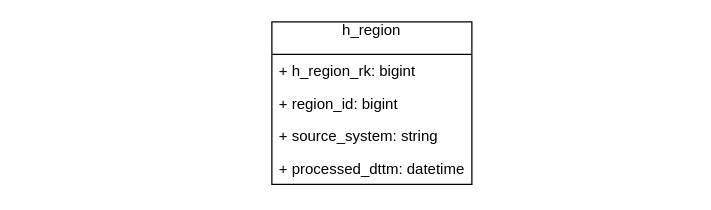
This is DZ1/Untitled Diagram.drawio from DMfananddu/DWH, a draw.io file, before an edit. Source tidied: cells renumbered, new cells numbered last; positions are measured from the earlier drawing's top-left corner, leaving out a move shared by most shapes. Both pictures are drawn from the tidied source at 125%, with x=0, y=0 at pixel (271, 21).
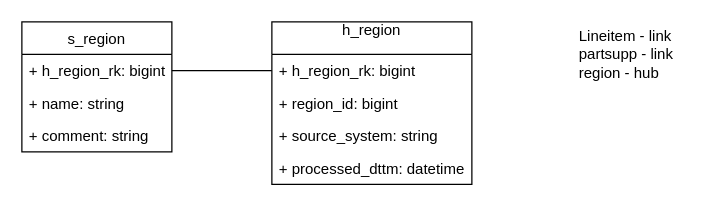
Above is the later version.

Diff of the diagram source:
```diff
@@
 <mxGraphModel>
   <root>
     <mxCell id="0" />
     <mxCell id="1" parent="0" />
     <mxCell id="2" value="h_region&#10;" style="swimlane;fontStyle=0;horizontal=1;startSize=26;fillColor=none;align=center;verticalAlign=middle;" parent="1" vertex="1">
       <mxGeometry width="160" height="130" as="geometry" />
     </mxCell>
     <mxCell id="3" value="+ h_region_rk: bigint" style="text;strokeColor=none;fillColor=none;align=left;verticalAlign=top;spacingLeft=4;spacingRight=4;overflow=hidden;points=[[0,0.5],[1,0.5]];portConstraint=eastwest;" parent="2" vertex="1">
       <mxGeometry y="26" width="160" height="26" as="geometry" />
     </mxCell>
     <mxCell id="4" value="+ region_id: bigint" style="text;strokeColor=none;fillColor=none;align=left;verticalAlign=top;spacingLeft=4;spacingRight=4;overflow=hidden;" parent="2" vertex="1">
       <mxGeometry y="52" width="160" height="26" as="geometry" />
     </mxCell>
     <mxCell id="5" value="+ source_system: string" style="text;strokeColor=none;fillColor=none;align=left;verticalAlign=top;spacingLeft=4;spacingRight=4;overflow=hidden;" parent="2" vertex="1">
       <mxGeometry y="78" width="160" height="26" as="geometry" />
     </mxCell>
     <mxCell id="6" value="+ processed_dttm: datetime" style="text;strokeColor=none;fillColor=none;align=left;verticalAlign=top;spacingLeft=4;spacingRight=4;overflow=hidden;" parent="2" vertex="1">
       <mxGeometry y="104" width="160" height="26" as="geometry" />
     </mxCell>
+    <mxCell id="7" value="s_region" style="swimlane;fontStyle=0;horizontal=1;startSize=26;fillColor=none;" parent="1" vertex="1">
+      <mxGeometry x="-200" width="120" height="104" as="geometry" />
+    </mxCell>
+    <mxCell id="8" value="+ h_region_rk: bigint" style="text;strokeColor=none;fillColor=none;align=left;verticalAlign=top;spacingLeft=4;spacingRight=4;overflow=hidden;points=[[0,0.5],[1,0.5]];portConstraint=eastwest;" parent="7" vertex="1">
+      <mxGeometry y="26" width="120" height="26" as="geometry" />
+    </mxCell>
+    <mxCell id="9" value="+ name: string" style="text;strokeColor=none;fillColor=none;align=left;verticalAlign=top;spacingLeft=4;spacingRight=4;overflow=hidden;" parent="7" vertex="1">
+      <mxGeometry y="52" width="120" height="26" as="geometry" />
+    </mxCell>
+    <mxCell id="10" value="+ comment: string" style="text;strokeColor=none;fillColor=none;align=left;verticalAlign=top;spacingLeft=4;spacingRight=4;overflow=hidden;" parent="7" vertex="1">
+      <mxGeometry y="78" width="120" height="26" as="geometry" />
+    </mxCell>
+    <mxCell id="11" style="edgeStyle=orthogonalEdgeStyle;rounded=0;jettySize=auto;html=1;entryX=0;entryY=0.5;entryDx=0;entryDy=0;endArrow=none;endFill=0;exitX=1;exitY=0.5;exitDx=0;exitDy=0;" parent="1" edge="1" source="8" target="3">
+      <mxGeometry relative="1" as="geometry" />
+    </mxCell>
+    <mxCell id="12" value="Lineitem - link&lt;br&gt;partsupp - link&lt;br&gt;region - hub&lt;br&gt;&lt;br&gt;" style="text;html=1;align=left;verticalAlign=top;spacingTop=-4;" parent="1" vertex="1">
+      <mxGeometry x="244" y="2" width="90" height="60" as="geometry" />
+    </mxCell>
   </root>
 </mxGraphModel>
```
